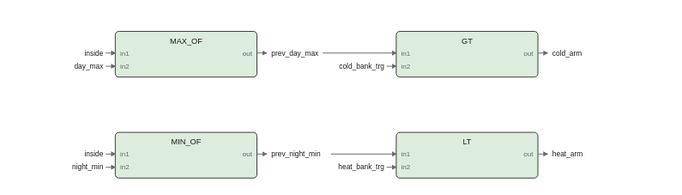
Before: images/logic/day_phase_fbd.drawio.svg, a diagram exported from draw.io (pstch/botanik2). Source tidied: cells renumbered, new cells last; positions are measured from the earlier drawing's top-left corner, leaving out a move shared by most shapes.
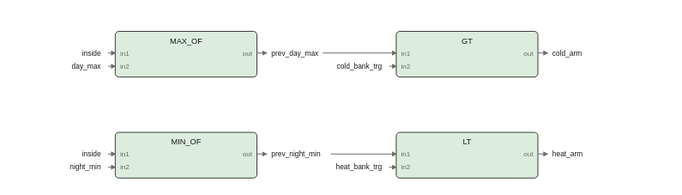
Above is the later version.

What changed in the source:
```diff
@@ -62,106 +62,90 @@
     <mxCell id="21" value="out" style="text;html=1;whiteSpace=nowrap;fontSize=6;fontColor=#6b6b6b;align=right;verticalAlign=middle;" parent="1" vertex="1">
       <mxGeometry x="372" y="97.7" width="20" height="9.8" as="geometry" />
     </mxCell>
-    <mxCell id="22" style="edgeStyle=none;html=1;strokeColor=#6b6b6b;endArrow=block;" parent="1" edge="1">
+    <mxCell id="22" style="edgeStyle=none;html=1;strokeColor=#6b6b6b;endArrow=block;exitX=1;exitY=0.4737;exitDx=0;exitDy=0;" parent="1" edge="1" source="2">
       <mxGeometry relative="1" as="geometry">
-        <mxPoint x="162" y="18" as="sourcePoint" />
         <mxPoint x="170" y="18" as="targetPoint" />
       </mxGeometry>
     </mxCell>
     <mxCell id="23" value="prev_day_max" style="text;html=1;whiteSpace=nowrap;fontSize=6;fontColor=#1a1a1a;align=left;verticalAlign=middle;" parent="1" vertex="1">
       <mxGeometry x="174" y="13.5" width="43.6" height="10" as="geometry" />
     </mxCell>
-    <mxCell id="24" style="edgeStyle=none;html=1;strokeColor=#6b6b6b;endArrow=block;" parent="1" edge="1">
+    <mxCell id="24" style="edgeStyle=none;html=1;strokeColor=#6b6b6b;endArrow=block;exitX=1;exitY=0.4737;exitDx=0;exitDy=0;" parent="1" edge="1" source="12">
       <mxGeometry relative="1" as="geometry">
-        <mxPoint x="162" y="102" as="sourcePoint" />
         <mxPoint x="170" y="102" as="targetPoint" />
       </mxGeometry>
     </mxCell>
     <mxCell id="25" value="prev_night_min" style="text;html=1;whiteSpace=nowrap;fontSize=6;fontColor=#1a1a1a;align=left;verticalAlign=middle;" parent="1" vertex="1">
       <mxGeometry x="174" y="97.5" width="50.2" height="10" as="geometry" />
     </mxCell>
-    <mxCell id="26" style="edgeStyle=none;html=1;strokeColor=#6b6b6b;endArrow=block;" parent="1" edge="1">
+    <mxCell id="26" style="edgeStyle=none;html=1;strokeColor=#6b6b6b;endArrow=block;exitX=1;exitY=0.4737;exitDx=0;exitDy=0;" parent="1" edge="1" source="7">
       <mxGeometry relative="1" as="geometry">
-        <mxPoint x="396" y="18" as="sourcePoint" />
         <mxPoint x="404" y="18" as="targetPoint" />
       </mxGeometry>
     </mxCell>
     <mxCell id="27" value="cold_arm" style="text;html=1;whiteSpace=nowrap;fontSize=6;fontColor=#1a1a1a;align=left;verticalAlign=middle;" parent="1" vertex="1">
       <mxGeometry x="408" y="13.5" width="30.4" height="10" as="geometry" />
     </mxCell>
-    <mxCell id="28" style="edgeStyle=none;html=1;strokeColor=#6b6b6b;endArrow=block;" parent="1" edge="1">
+    <mxCell id="28" style="edgeStyle=none;html=1;strokeColor=#6b6b6b;endArrow=block;exitX=1;exitY=0.4737;exitDx=0;exitDy=0;" parent="1" edge="1" source="17">
       <mxGeometry relative="1" as="geometry">
-        <mxPoint x="396" y="102" as="sourcePoint" />
         <mxPoint x="404" y="102" as="targetPoint" />
       </mxGeometry>
     </mxCell>
     <mxCell id="29" value="heat_arm" style="text;html=1;whiteSpace=nowrap;fontSize=6;fontColor=#1a1a1a;align=left;verticalAlign=middle;" parent="1" vertex="1">
       <mxGeometry x="408" y="97.5" width="30.4" height="10" as="geometry" />
     </mxCell>
-    <mxCell id="30" style="edgeStyle=none;html=1;strokeColor=#6b6b6b;endArrow=block;" parent="1" edge="1">
-      <mxGeometry relative="1" as="geometry">
-        <mxPoint x="216.8" y="18" as="sourcePoint" />
-        <mxPoint x="278" y="18" as="targetPoint" />
-      </mxGeometry>
+    <mxCell id="30" style="edgeStyle=none;html=1;strokeColor=#6b6b6b;endArrow=block;exitX=1;exitY=0.4737;exitDx=0;exitDy=0;entryX=0;entryY=0.4737;entryDx=0;entryDy=0;" parent="1" edge="1" source="2" target="7">
+      <mxGeometry relative="1" as="geometry" />
     </mxCell>
-    <mxCell id="31" style="edgeStyle=none;html=1;strokeColor=#6b6b6b;endArrow=block;" parent="1" edge="1">
-      <mxGeometry relative="1" as="geometry">
-        <mxPoint x="223.6" y="102" as="sourcePoint" />
-        <mxPoint x="278" y="102" as="targetPoint" />
-      </mxGeometry>
+    <mxCell id="31" style="edgeStyle=none;html=1;strokeColor=#6b6b6b;endArrow=block;exitX=1;exitY=0.4737;exitDx=0;exitDy=0;entryX=0;entryY=0.4737;entryDx=0;entryDy=0;" parent="1" edge="1" source="12" target="17">
+      <mxGeometry relative="1" as="geometry" />
     </mxCell>
     <mxCell id="32" value="inside" style="text;html=1;whiteSpace=nowrap;fontSize=6;fontColor=#1a1a1a;align=right;verticalAlign=middle;" parent="1" vertex="1">
-      <mxGeometry x="10.2" y="13.5" width="23.8" height="10" as="geometry" />
+      <mxGeometry x="8.2" y="13.5" width="23.8" height="10" as="geometry" />
     </mxCell>
-    <mxCell id="33" style="edgeStyle=none;html=1;strokeColor=#6b6b6b;endArrow=block;" parent="1" edge="1">
+    <mxCell id="33" style="edgeStyle=none;html=1;strokeColor=#6b6b6b;endArrow=block;entryX=0;entryY=0.4737;entryDx=0;entryDy=0;" parent="1" edge="1" target="2">
       <mxGeometry relative="1" as="geometry">
-        <mxPoint x="36" y="18" as="sourcePoint" />
-        <mxPoint x="44" y="18" as="targetPoint" />
+        <mxPoint x="38" y="18" as="sourcePoint" />
       </mxGeometry>
     </mxCell>
     <mxCell id="34" value="day_max" style="text;html=1;whiteSpace=nowrap;fontSize=6;fontColor=#1a1a1a;align=right;verticalAlign=middle;" parent="1" vertex="1">
-      <mxGeometry x="6.9" y="24.5" width="27.1" height="10" as="geometry" />
+      <mxGeometry x="4.9" y="24.5" width="27.1" height="10" as="geometry" />
     </mxCell>
-    <mxCell id="35" style="edgeStyle=none;html=1;strokeColor=#6b6b6b;endArrow=block;" parent="1" edge="1">
+    <mxCell id="35" style="edgeStyle=none;html=1;strokeColor=#6b6b6b;endArrow=block;entryX=0;entryY=0.7632;entryDx=0;entryDy=0;" parent="1" edge="1" target="2">
       <mxGeometry relative="1" as="geometry">
-        <mxPoint x="36" y="29" as="sourcePoint" />
-        <mxPoint x="44" y="29" as="targetPoint" />
+        <mxPoint x="38" y="29" as="sourcePoint" />
       </mxGeometry>
     </mxCell>
     <mxCell id="36" value="inside" style="text;html=1;whiteSpace=nowrap;fontSize=6;fontColor=#1a1a1a;align=right;verticalAlign=middle;" parent="1" vertex="1">
-      <mxGeometry x="10.2" y="97.5" width="23.8" height="10" as="geometry" />
+      <mxGeometry x="8.2" y="97.5" width="23.8" height="10" as="geometry" />
     </mxCell>
-    <mxCell id="37" style="edgeStyle=none;html=1;strokeColor=#6b6b6b;endArrow=block;" parent="1" edge="1">
+    <mxCell id="37" style="edgeStyle=none;html=1;strokeColor=#6b6b6b;endArrow=block;entryX=0;entryY=0.4737;entryDx=0;entryDy=0;" parent="1" edge="1" target="12">
       <mxGeometry relative="1" as="geometry">
-        <mxPoint x="36" y="102" as="sourcePoint" />
-        <mxPoint x="44" y="102" as="targetPoint" />
+        <mxPoint x="38" y="102" as="sourcePoint" />
       </mxGeometry>
     </mxCell>
     <mxCell id="38" value="night_min" style="text;html=1;whiteSpace=nowrap;fontSize=6;fontColor=#1a1a1a;align=right;verticalAlign=middle;" parent="1" vertex="1">
-      <mxGeometry x="0.3" y="108.5" width="33.7" height="10" as="geometry" />
+      <mxGeometry x="-1.7" y="108.5" width="33.7" height="10" as="geometry" />
     </mxCell>
-    <mxCell id="39" style="edgeStyle=none;html=1;strokeColor=#6b6b6b;endArrow=block;" parent="1" edge="1">
+    <mxCell id="39" style="edgeStyle=none;html=1;strokeColor=#6b6b6b;endArrow=block;entryX=0;entryY=0.7632;entryDx=0;entryDy=0;" parent="1" edge="1" target="12">
       <mxGeometry relative="1" as="geometry">
-        <mxPoint x="36" y="113" as="sourcePoint" />
-        <mxPoint x="44" y="113" as="targetPoint" />
+        <mxPoint x="38" y="113" as="sourcePoint" />
       </mxGeometry>
     </mxCell>
     <mxCell id="40" value="cold_bank_trg" style="text;html=1;whiteSpace=nowrap;fontSize=6;fontColor=#1a1a1a;align=right;verticalAlign=middle;" parent="1" vertex="1">
-      <mxGeometry x="221.1" y="24.5" width="46.9" height="10" as="geometry" />
+      <mxGeometry x="219.1" y="24.5" width="46.9" height="10" as="geometry" />
     </mxCell>
-    <mxCell id="41" style="edgeStyle=none;html=1;strokeColor=#6b6b6b;endArrow=block;" parent="1" edge="1">
+    <mxCell id="41" style="edgeStyle=none;html=1;strokeColor=#6b6b6b;endArrow=block;entryX=0;entryY=0.7632;entryDx=0;entryDy=0;" parent="1" edge="1" target="7">
       <mxGeometry relative="1" as="geometry">
-        <mxPoint x="270" y="29" as="sourcePoint" />
-        <mxPoint x="278" y="29" as="targetPoint" />
+        <mxPoint x="272" y="29" as="sourcePoint" />
       </mxGeometry>
     </mxCell>
     <mxCell id="42" value="heat_bank_trg" style="text;html=1;whiteSpace=nowrap;fontSize=6;fontColor=#1a1a1a;align=right;verticalAlign=middle;" parent="1" vertex="1">
-      <mxGeometry x="221.1" y="108.5" width="46.9" height="10" as="geometry" />
+      <mxGeometry x="219.1" y="108.5" width="46.9" height="10" as="geometry" />
     </mxCell>
-    <mxCell id="43" style="edgeStyle=none;html=1;strokeColor=#6b6b6b;endArrow=block;" parent="1" edge="1">
+    <mxCell id="43" style="edgeStyle=none;html=1;strokeColor=#6b6b6b;endArrow=block;entryX=0;entryY=0.7632;entryDx=0;entryDy=0;" parent="1" edge="1" target="17">
       <mxGeometry relative="1" as="geometry">
-        <mxPoint x="270" y="113" as="sourcePoint" />
-        <mxPoint x="278" y="113" as="targetPoint" />
+        <mxPoint x="272" y="113" as="sourcePoint" />
       </mxGeometry>
     </mxCell>
   </root>
```
